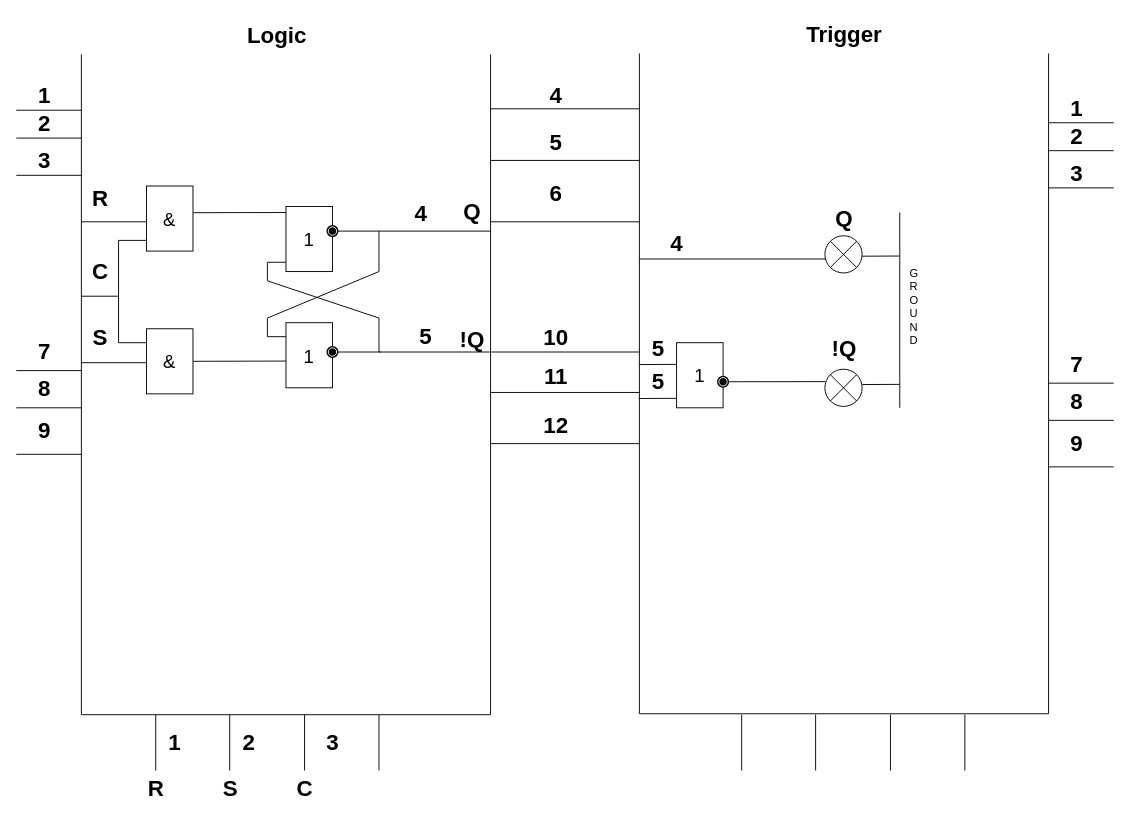
This is sync_trigger.drawio from nayutalienx/digital_circuits, a draw.io file, before an edit. Source tidied: cells renumbered, new cells numbered last; positions are measured from the earlier drawing's top-left corner, leaving out a move shared by most shapes. Both pictures are drawn from the tidied source at 93%, with x=0, y=0 at pixel (16, 16).
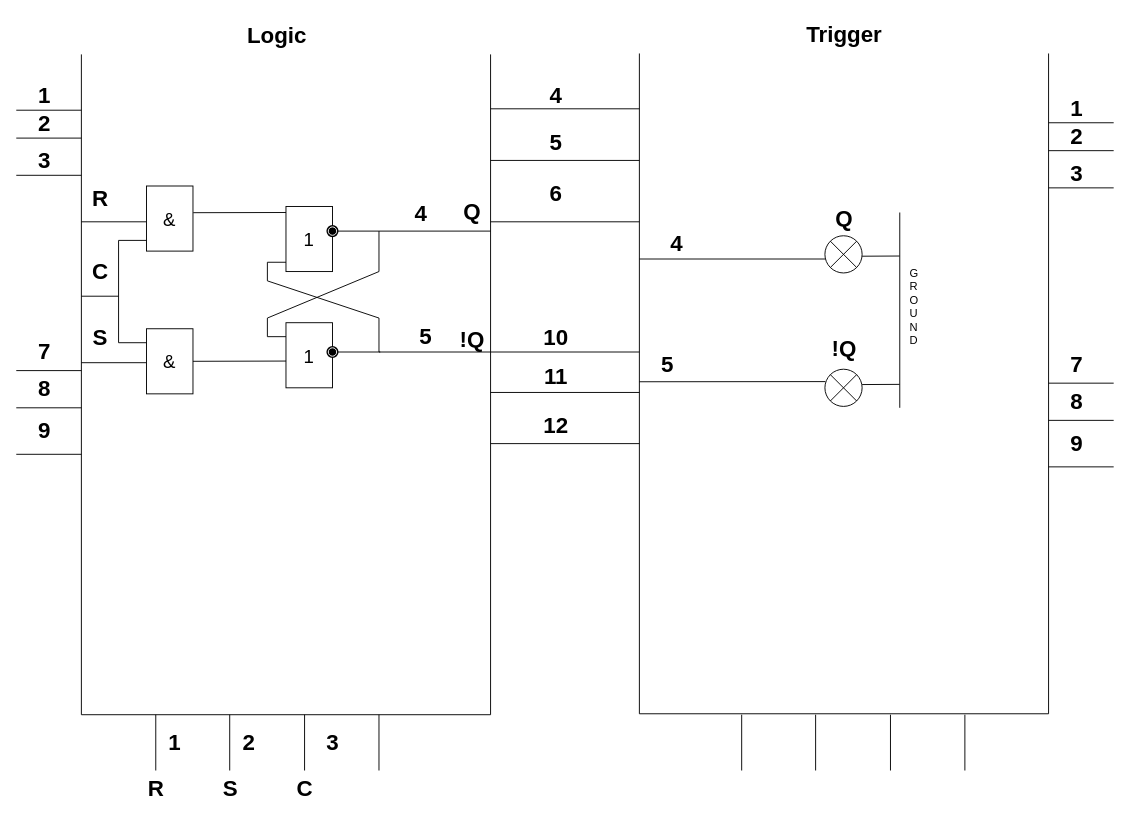
The same page after the edit.

Unchanged cells that the change refers to:
```xml
<mxCell id="81" style="shape=sumEllipse;perimeter=ellipsePerimeter;whiteSpace=wrap;html=1;backgroundOutline=1;" parent="1" vertex="1">
  <mxGeometry x="869.5" y="379.5" width="40" height="40" as="geometry" />
</mxCell>
```

Diff of the diagram source:
```diff
@@
-    <mxCell id="86" value="&lt;font style=&quot;font-size: 20px&quot;&gt;1&lt;/font&gt;" style="rounded=0;whiteSpace=wrap;html=1;" parent="1" vertex="1">
-      <mxGeometry x="710" y="351" width="50" height="70" as="geometry" />
-    </mxCell>
-    <mxCell id="87" style="endArrow=none;html=1;entryX=0.006;entryY=0.333;entryDx=0;entryDy=0;entryPerimeter=0;" parent="1" edge="1" target="86">
-      <mxGeometry relative="1" as="geometry">
-        <mxPoint x="670" y="374.5" as="sourcePoint" />
-      </mxGeometry>
-    </mxCell>
-    <mxCell id="88" style="endArrow=none;html=1;entryX=0.006;entryY=0.333;entryDx=0;entryDy=0;entryPerimeter=0;" parent="1" edge="1">
-      <mxGeometry relative="1" as="geometry">
-        <mxPoint x="669.5" y="411" as="sourcePoint" />
-        <mxPoint x="709.8" y="410.8" as="targetPoint" />
-      </mxGeometry>
-    </mxCell>
-    <mxCell id="89" value="5" style="text;strokeColor=none;fillColor=none;html=1;fontSize=24;fontStyle=1;verticalAlign=middle;align=center;" parent="1" vertex="1">
-      <mxGeometry x="680" y="344.5" width="20" height="27" as="geometry" />
-    </mxCell>
-    <mxCell id="90" value="5" style="text;strokeColor=none;fillColor=none;html=1;fontSize=24;fontStyle=1;verticalAlign=middle;align=center;" parent="1" vertex="1">
-      <mxGeometry x="680" y="379.5" width="20" height="27" as="geometry" />
-    </mxCell>
-    <mxCell id="91" style="shape=mxgraph.bpmn.shape;html=1;verticalLabelPosition=bottom;labelBackgroundColor=#ffffff;verticalAlign=top;align=center;perimeter=ellipsePerimeter;outline=end;symbol=terminate;" parent="1" vertex="1">
-      <mxGeometry x="755" y="388" width="10" height="10" as="geometry" />
-    </mxCell>
     <mxCell id="92" style="endArrow=none;html=1;entryX=0.012;entryY=0.333;entryDx=0;entryDy=0;entryPerimeter=0;" parent="1" edge="1" target="81">
       <mxGeometry relative="1" as="geometry">
-        <mxPoint x="765" y="393" as="sourcePoint" />
+        <mxPoint x="670" y="393" as="sourcePoint" />
       </mxGeometry>
     </mxCell>
@@
+    <mxCell id="110" value="5" style="text;strokeColor=none;fillColor=none;html=1;fontSize=24;fontStyle=1;verticalAlign=middle;align=center;" parent="1" vertex="1">
+      <mxGeometry x="690" y="361" width="20" height="27" as="geometry" />
+    </mxCell>
```
